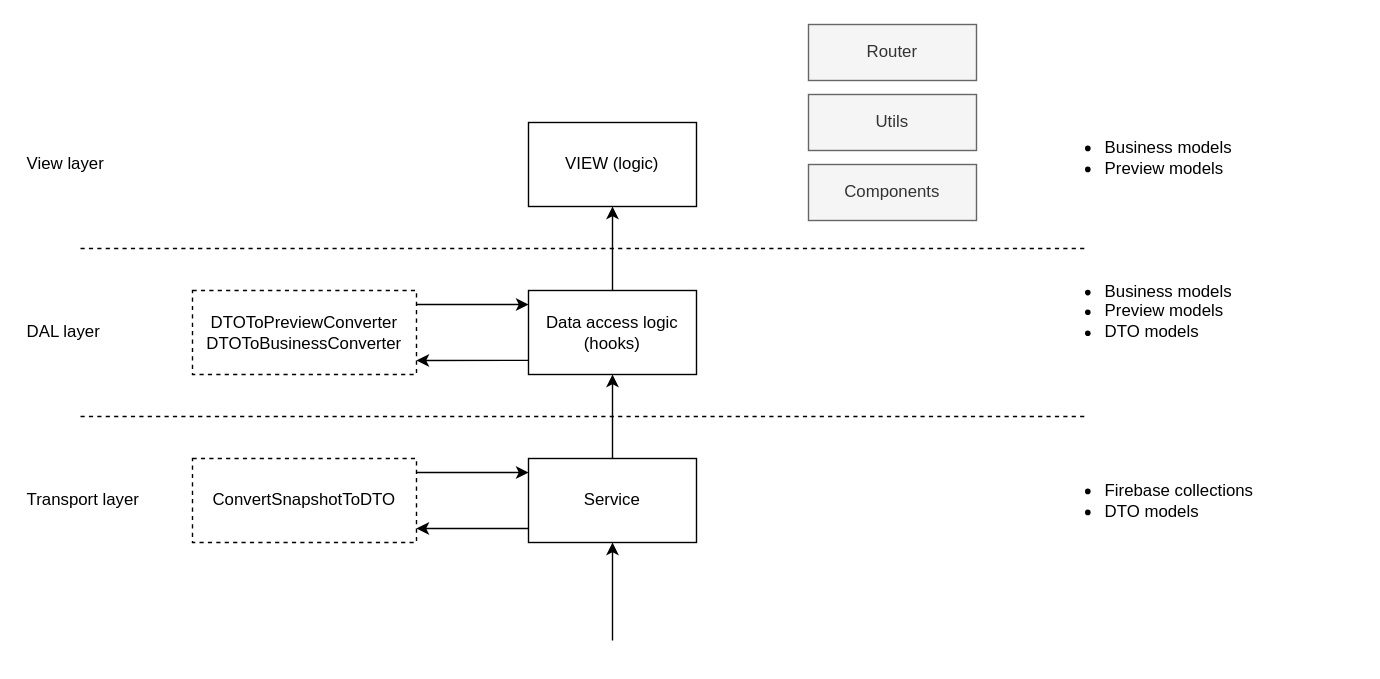
Above: docs/architecture.drawio in tritonJS826/masters-way (draw.io), before the change. Source tidied: cells renumbered, new cells numbered last; positions are measured from the earlier drawing's top-left corner, leaving out a move shared by most shapes. Both pictures are drawn from the tidied source at 140%, with x=0, y=0 at pixel (24, 24).
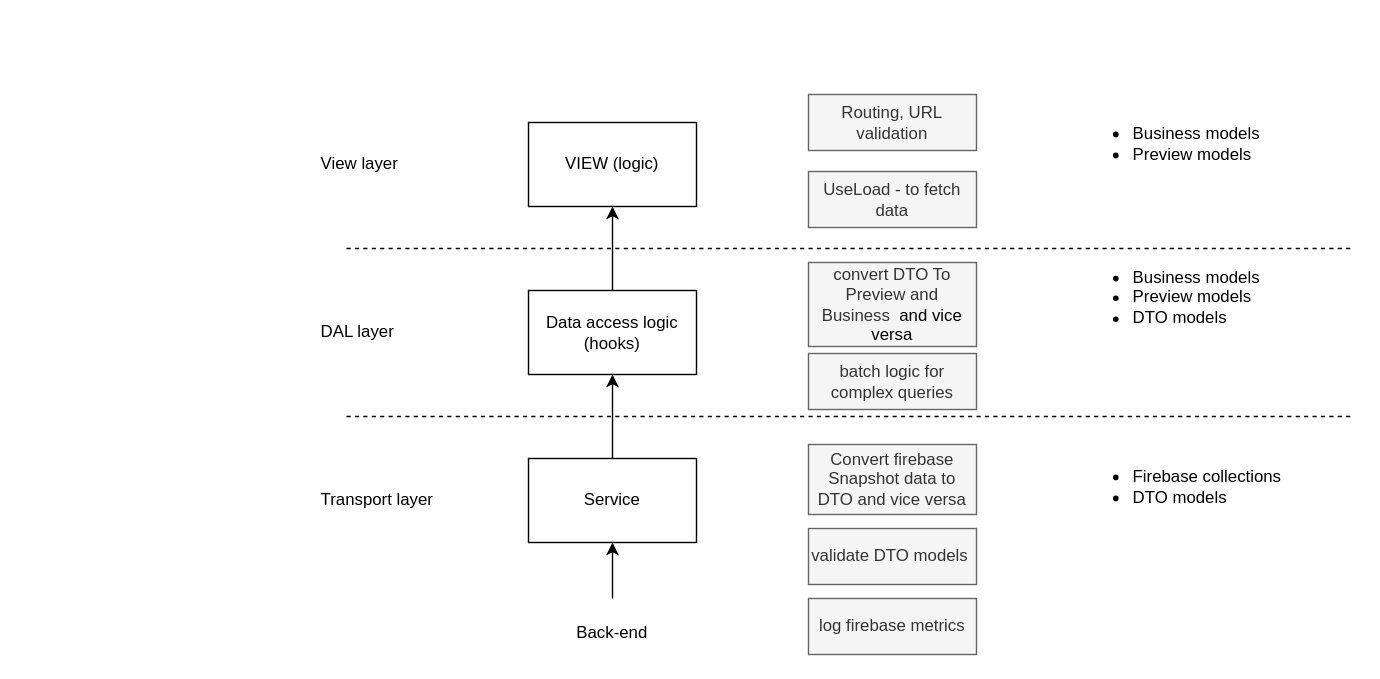
The same page after the edit.

The change refers to these unchanged cells:
```xml
<mxCell id="4" value="Service" style="html=1;whiteSpace=wrap;" parent="1" vertex="1">
  <mxGeometry x="360" y="310" width="120" height="60" as="geometry" />
</mxCell>
```

The edit, as a diff of the source:
```diff
@@
     <mxCell id="2" style="endArrow=none;dashed=1;html=1;rounded=0;" parent="1" edge="1">
       <mxGeometry relative="1" as="geometry">
-        <mxPoint x="40" y="160" as="sourcePoint" />
-        <mxPoint x="760" y="160" as="targetPoint" />
+        <mxPoint x="230" y="160" as="sourcePoint" />
+        <mxPoint x="950" y="160" as="targetPoint" />
       </mxGeometry>
     </mxCell>
     <mxCell id="3" style="endArrow=none;dashed=1;html=1;rounded=0;" parent="1" edge="1">
       <mxGeometry relative="1" as="geometry">
-        <mxPoint x="40" y="280" as="sourcePoint" />
-        <mxPoint x="760" y="280" as="targetPoint" />
+        <mxPoint x="230" y="280" as="sourcePoint" />
+        <mxPoint x="950" y="280" as="targetPoint" />
       </mxGeometry>
     </mxCell>
@@
     <mxCell id="7" style="endArrow=classic;html=1;rounded=0;entryX=0.5;entryY=1;entryDx=0;entryDy=0;" parent="1" edge="1" target="4">
       <mxGeometry relative="1" as="geometry">
-        <mxPoint x="420" y="440" as="sourcePoint" />
+        <mxPoint x="420" y="410" as="sourcePoint" />
       </mxGeometry>
     </mxCell>
-    <mxCell id="8" style="endArrow=classic;html=1;rounded=0;entryX=0;entryY=0.5;entryDx=0;entryDy=0;" parent="1" edge="1">
-      <mxGeometry relative="1" as="geometry">
-        <mxPoint x="280" y="320" as="sourcePoint" />
-        <mxPoint x="360" y="320" as="targetPoint" />
-      </mxGeometry>
-    </mxCell>
-    <mxCell id="9" value="ConvertSnapshotToDTO" style="html=1;whiteSpace=wrap;dashed=1;" parent="1" vertex="1">
-      <mxGeometry x="120" y="310" width="160" height="60" as="geometry" />
-    </mxCell>
@@
-    <mxCell id="12" value="DTOToPreviewConverter&lt;br&gt;DTOToBusinessConverter" style="html=1;whiteSpace=wrap;dashed=1;" parent="1" vertex="1">
-      <mxGeometry x="120" y="190" width="160" height="60" as="geometry" />
-    </mxCell>
-    <mxCell id="13" value="Components" style="html=1;whiteSpace=wrap;fillColor=#f5f5f5;fontColor=#333333;strokeColor=#666666;" parent="1" vertex="1">
-      <mxGeometry x="560" y="100" width="120" height="40" as="geometry" />
-    </mxCell>
-    <mxCell id="14" value="Utils" style="html=1;whiteSpace=wrap;fillColor=#f5f5f5;fontColor=#333333;strokeColor=#666666;" parent="1" vertex="1">
-      <mxGeometry x="560" y="50" width="120" height="40" as="geometry" />
-    </mxCell>
-    <mxCell id="15" style="endArrow=classic;html=1;rounded=0;exitX=1;exitY=0.5;exitDx=0;exitDy=0;" parent="1" edge="1">
-      <mxGeometry relative="1" as="geometry">
-        <mxPoint x="360" y="360" as="sourcePoint" />
-        <mxPoint x="280" y="360" as="targetPoint" />
-      </mxGeometry>
-    </mxCell>
-    <mxCell id="16" style="endArrow=classic;html=1;rounded=0;entryX=0;entryY=0.5;entryDx=0;entryDy=0;" parent="1" edge="1">
-      <mxGeometry relative="1" as="geometry">
-        <mxPoint x="280" y="200" as="sourcePoint" />
-        <mxPoint x="360" y="200" as="targetPoint" />
-      </mxGeometry>
-    </mxCell>
-    <mxCell id="17" style="endArrow=classic;html=1;rounded=0;exitX=1;exitY=0.5;exitDx=0;exitDy=0;" parent="1" edge="1">
-      <mxGeometry relative="1" as="geometry">
-        <mxPoint x="360" y="239.9" as="sourcePoint" />
-        <mxPoint x="280" y="240" as="targetPoint" />
-      </mxGeometry>
-    </mxCell>
     <mxCell id="18" value="&lt;ul&gt;&lt;li style=&quot;text-align: left;&quot;&gt;Firebase collections&lt;/li&gt;&lt;li style=&quot;text-align: left;&quot;&gt;DTO models&lt;/li&gt;&lt;/ul&gt;" style="text;html=1;strokeColor=none;fillColor=none;align=center;verticalAlign=middle;whiteSpace=wrap;rounded=0;" parent="1" vertex="1">
-      <mxGeometry x="730" y="325" width="150" height="30" as="geometry" />
+      <mxGeometry x="750" y="315" width="150" height="30" as="geometry" />
     </mxCell>
     <mxCell id="19" value="&lt;ul&gt;&lt;li&gt;Business models&lt;/li&gt;&lt;li style=&quot;&quot;&gt;Preview models&lt;/li&gt;&lt;/ul&gt;" style="text;html=1;strokeColor=none;fillColor=none;align=left;verticalAlign=middle;whiteSpace=wrap;rounded=0;" parent="1" vertex="1">
-      <mxGeometry x="730" y="80" width="150" height="30" as="geometry" />
+      <mxGeometry x="750" y="70" width="150" height="30" as="geometry" />
     </mxCell>
     <mxCell id="20" value="&lt;ul&gt;&lt;li&gt;Business models&lt;/li&gt;&lt;li style=&quot;&quot;&gt;Preview models&lt;/li&gt;&lt;li style=&quot;&quot;&gt;DTO models&lt;/li&gt;&lt;/ul&gt;" style="text;html=1;strokeColor=none;fillColor=none;align=left;verticalAlign=middle;whiteSpace=wrap;rounded=0;" parent="1" vertex="1">
-      <mxGeometry x="730" y="190" width="150" height="30" as="geometry" />
+      <mxGeometry x="750" y="180" width="150" height="30" as="geometry" />
     </mxCell>
-    <mxCell id="21" value="Router" style="html=1;whiteSpace=wrap;fillColor=#f5f5f5;fontColor=#333333;strokeColor=#666666;" parent="1" vertex="1">
-      <mxGeometry x="560" width="120" height="40" as="geometry" />
+    <mxCell id="21" value="Routing, URL validation" style="html=1;whiteSpace=wrap;fillColor=#f5f5f5;fontColor=#333333;strokeColor=#666666;" parent="1" vertex="1">
+      <mxGeometry x="560" y="50" width="120" height="40" as="geometry" />
     </mxCell>
     <mxCell id="22" value="View layer" style="text;html=1;strokeColor=none;fillColor=none;align=left;verticalAlign=middle;whiteSpace=wrap;rounded=0;" parent="1" vertex="1">
-      <mxGeometry y="85" width="80" height="30" as="geometry" />
+      <mxGeometry x="210" y="85" width="80" height="30" as="geometry" />
     </mxCell>
     <mxCell id="23" value="DAL layer" style="text;html=1;strokeColor=none;fillColor=none;align=left;verticalAlign=middle;whiteSpace=wrap;rounded=0;" parent="1" vertex="1">
-      <mxGeometry y="205" width="90" height="30" as="geometry" />
+      <mxGeometry x="210" y="205" width="90" height="30" as="geometry" />
     </mxCell>
     <mxCell id="24" value="Transport layer" style="text;html=1;strokeColor=none;fillColor=none;align=left;verticalAlign=middle;whiteSpace=wrap;rounded=0;" parent="1" vertex="1">
-      <mxGeometry y="325" width="90" height="30" as="geometry" />
+      <mxGeometry x="210" y="325" width="90" height="30" as="geometry" />
     </mxCell>
+    <mxCell id="25" value="validate DTO models&amp;nbsp;" style="html=1;whiteSpace=wrap;fillColor=#f5f5f5;fontColor=#333333;strokeColor=#666666;" parent="1" vertex="1">
+      <mxGeometry x="560" y="360" width="120" height="40" as="geometry" />
+    </mxCell>
+    <mxCell id="26" value="Convert firebase Snapshot data to DTO and vice versa" style="html=1;whiteSpace=wrap;fillColor=#f5f5f5;fontColor=#333333;strokeColor=#666666;" parent="1" vertex="1">
+      <mxGeometry x="560" y="300" width="120" height="50" as="geometry" />
+    </mxCell>
+    <mxCell id="27" value="convert DTO To Preview and Business&amp;nbsp;&lt;span style=&quot;color: rgb(0, 0, 0);&quot;&gt;&amp;nbsp;and vice versa&lt;/span&gt;" style="html=1;whiteSpace=wrap;fillColor=#f5f5f5;fontColor=#333333;strokeColor=#666666;" parent="1" vertex="1">
+      <mxGeometry x="560" y="170" width="120" height="60" as="geometry" />
+    </mxCell>
+    <mxCell id="28" value="batch logic for complex queries" style="html=1;whiteSpace=wrap;fillColor=#f5f5f5;fontColor=#333333;strokeColor=#666666;" parent="1" vertex="1">
+      <mxGeometry x="560" y="235" width="120" height="40" as="geometry" />
+    </mxCell>
+    <mxCell id="29" value="UseLoad - to fetch data" style="html=1;whiteSpace=wrap;fillColor=#f5f5f5;fontColor=#333333;strokeColor=#666666;" parent="1" vertex="1">
+      <mxGeometry x="560" y="105" width="120" height="40" as="geometry" />
+    </mxCell>
+    <mxCell id="30" value="Back-end" style="text;html=1;strokeColor=none;fillColor=none;align=center;verticalAlign=middle;whiteSpace=wrap;rounded=0;" parent="1" vertex="1">
+      <mxGeometry x="390" y="420" width="60" height="30" as="geometry" />
+    </mxCell>
+    <mxCell id="31" value="log firebase metrics" style="html=1;whiteSpace=wrap;fillColor=#f5f5f5;fontColor=#333333;strokeColor=#666666;" parent="1" vertex="1">
+      <mxGeometry x="560" y="410" width="120" height="40" as="geometry" />
+    </mxCell>
```
